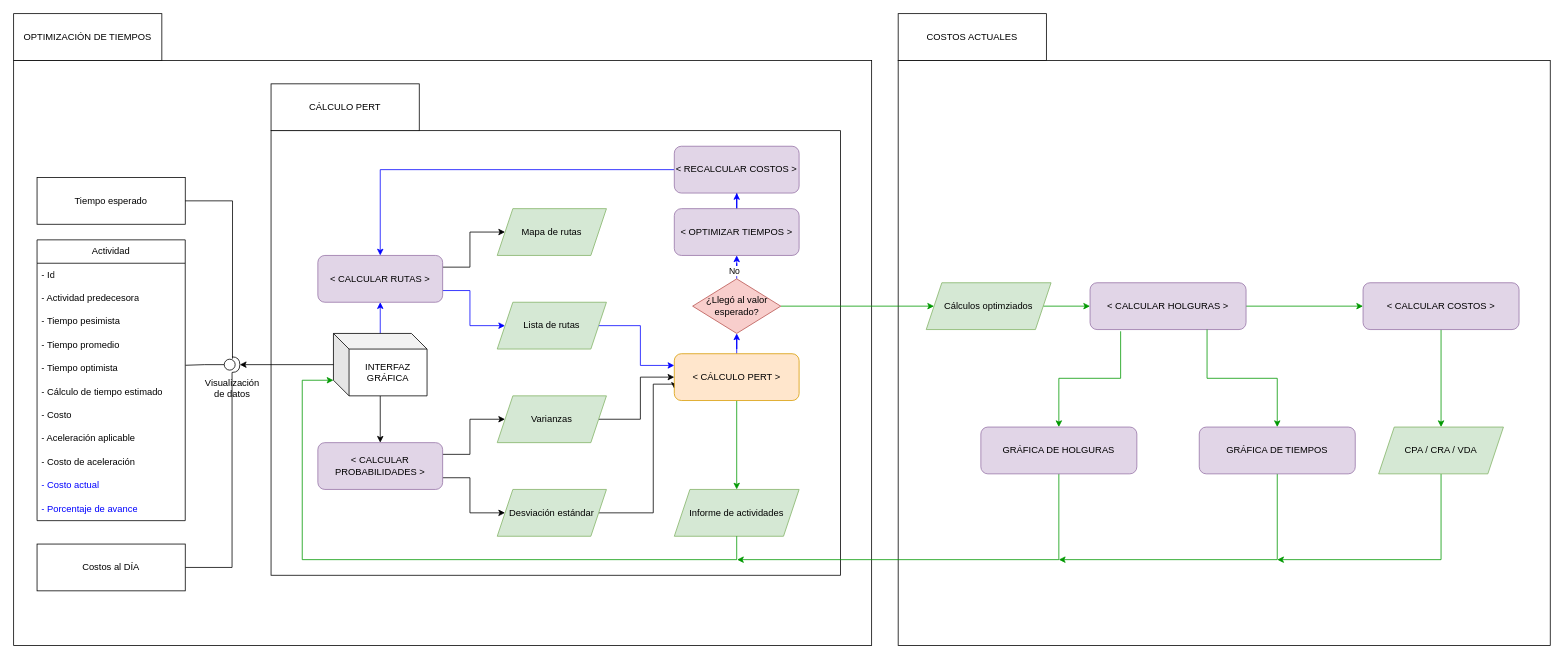
The draw.io diagram Design/Diseño - Entendiendo PERT.drawio in jctrejosi/PERT-Solver, before the edit. Source tidied: cells renumbered, new cells numbered last; positions are measured from the earlier drawing's top-left corner, leaving out a move shared by most shapes. Both pictures are drawn from the tidied source at 78%, with x=0, y=0 at pixel (13, 13).
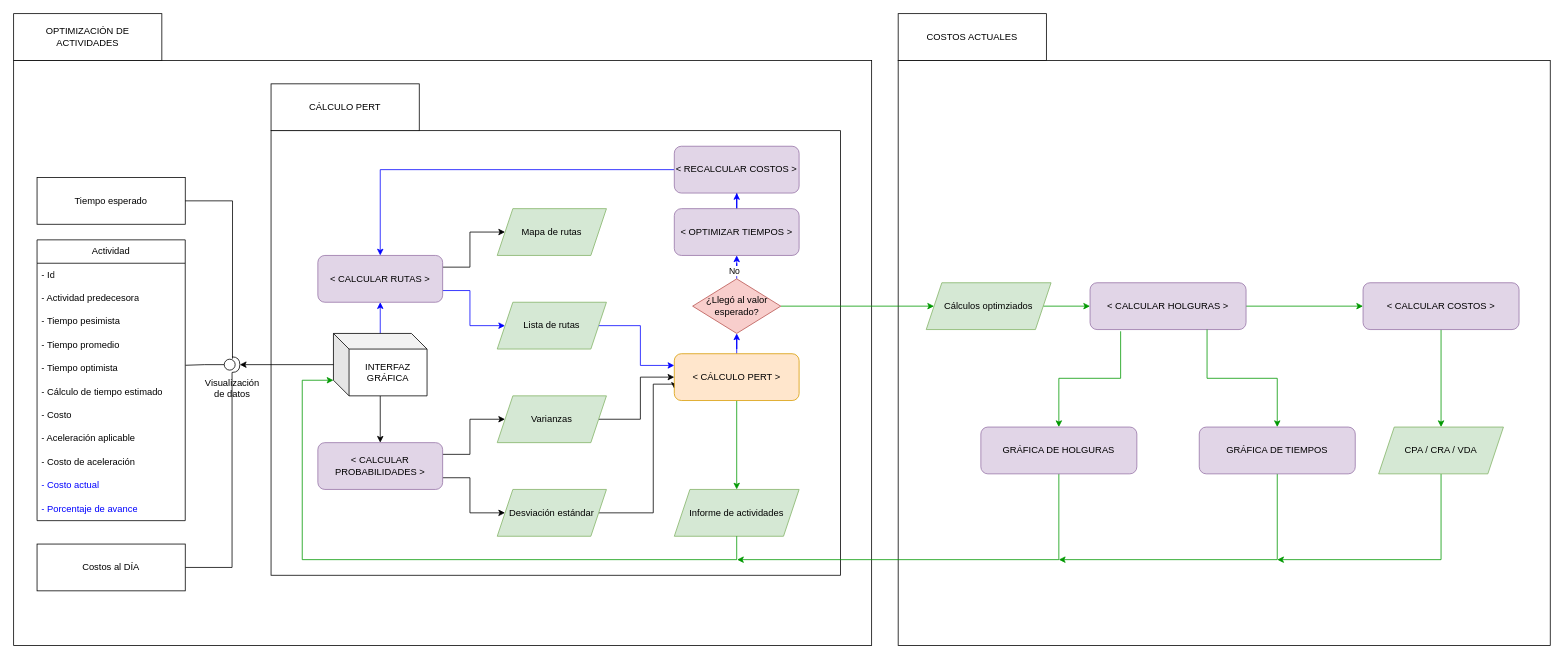
The same page after the edit.

Diff of the diagram source:
```diff
@@
-    <mxCell id="48" value="OPTIMIZACIÓN DE TIEMPOS" style="rounded=0;whiteSpace=wrap;html=1;" parent="1" vertex="1">
+    <mxCell id="48" value="OPTIMIZACIÓN DE ACTIVIDADES" style="rounded=0;whiteSpace=wrap;html=1;" parent="1" vertex="1">
       <mxGeometry width="190" height="60" as="geometry" />
     </mxCell>
```
